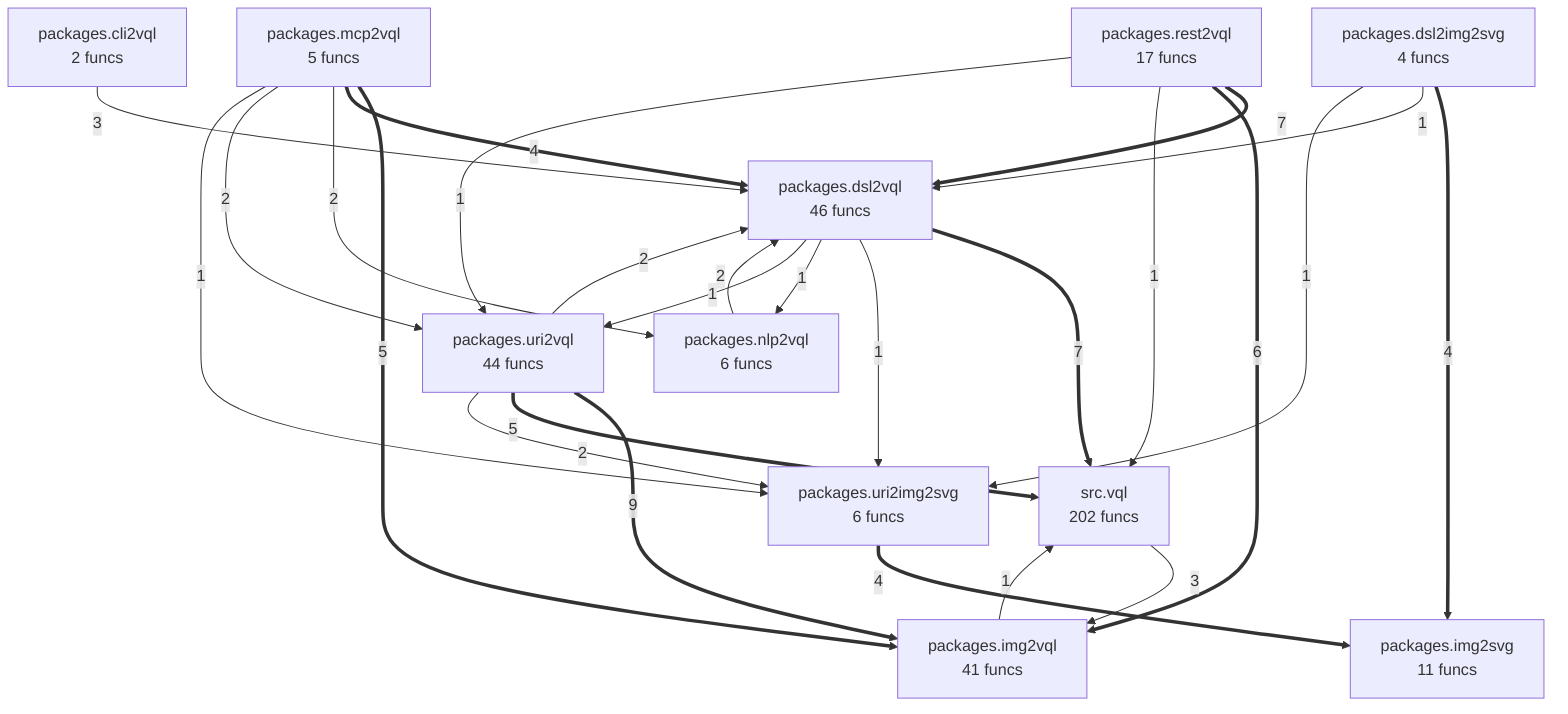
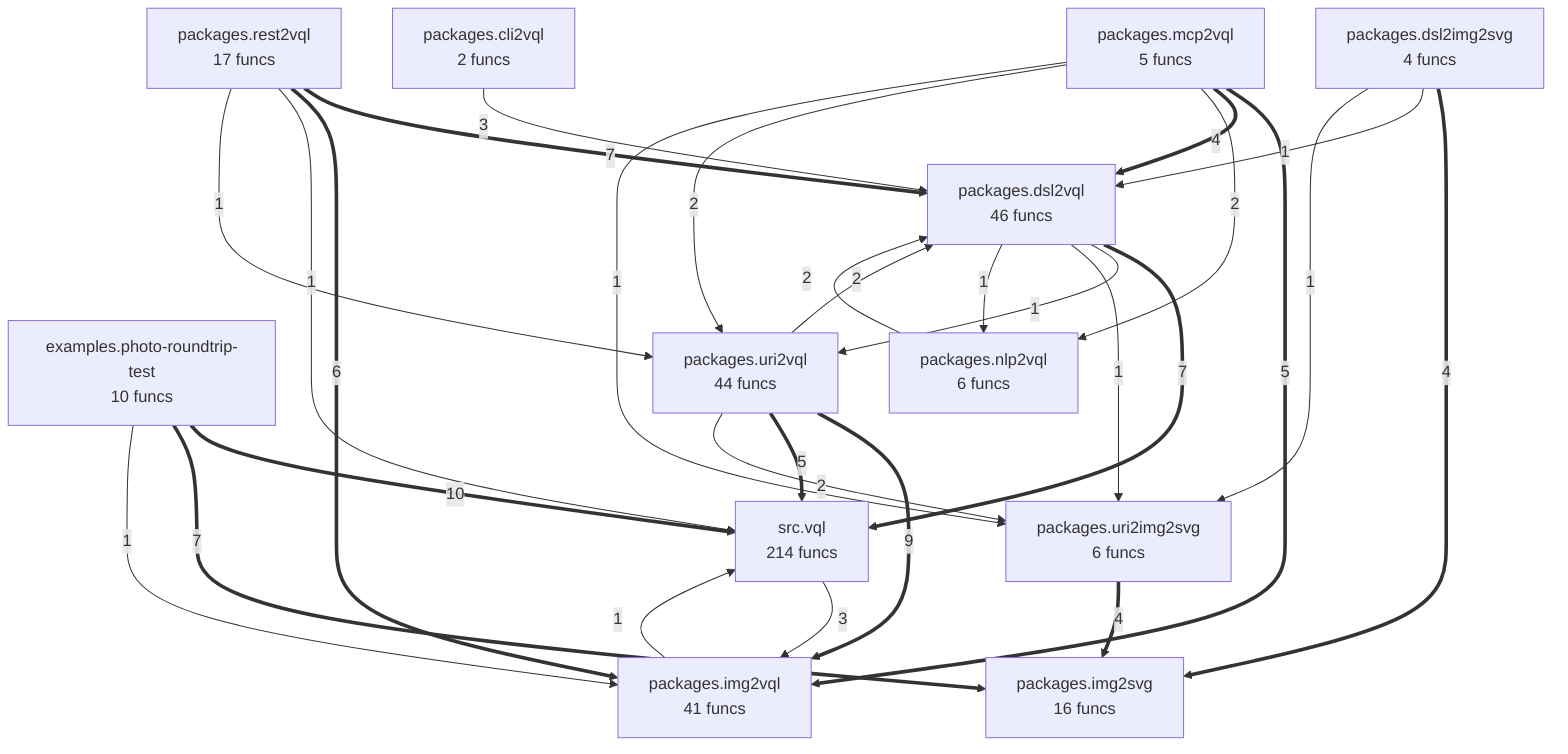
flowchart TD
%% generated in 0.02s
+     examples__photo_roundtrip_test["examples.photo-roundtrip-test<br/>10 funcs"]
    packages__cli2vql["packages.cli2vql<br/>2 funcs"]
    packages__dsl2img2svg["packages.dsl2img2svg<br/>4 funcs"]
    packages__dsl2vql["packages.dsl2vql<br/>46 funcs"]
-     packages__img2svg["packages.img2svg<br/>11 funcs"]
+     packages__img2svg["packages.img2svg<br/>16 funcs"]
    packages__img2vql["packages.img2vql<br/>41 funcs"]
    packages__mcp2vql["packages.mcp2vql<br/>5 funcs"]
    packages__nlp2vql["packages.nlp2vql<br/>6 funcs"]
    packages__rest2vql["packages.rest2vql<br/>17 funcs"]
    packages__uri2img2svg["packages.uri2img2svg<br/>6 funcs"]
    packages__uri2vql["packages.uri2vql<br/>44 funcs"]
-     src__vql["src.vql<br/>202 funcs"]
+     src__vql["src.vql<br/>214 funcs"]
+     examples__photo_roundtrip_test ==>|10| src__vql
    packages__uri2vql ==>|9| packages__img2vql
    packages__dsl2vql ==>|7| src__vql
    packages__rest2vql ==>|7| packages__dsl2vql
+     examples__photo_roundtrip_test ==>|7| packages__img2svg
    packages__rest2vql ==>|6| packages__img2vql
+     packages__mcp2vql ==>|5| packages__img2vql
    packages__uri2vql ==>|5| src__vql
-     packages__mcp2vql ==>|5| packages__img2vql
+     packages__uri2img2svg ==>|4| packages__img2svg
    packages__mcp2vql ==>|4| packages__dsl2vql
    packages__dsl2img2svg ==>|4| packages__img2svg
-     packages__uri2img2svg ==>|4| packages__img2svg
    packages__cli2vql -->|3| packages__dsl2vql
    src__vql -->|3| packages__img2vql
+     packages__mcp2vql -->|2| packages__nlp2vql
+     packages__mcp2vql -->|2| packages__uri2vql
    packages__uri2vql -->|2| packages__uri2img2svg
    packages__uri2vql -->|2| packages__dsl2vql
    packages__nlp2vql -->|2| packages__dsl2vql
-     packages__mcp2vql -->|2| packages__nlp2vql
-     packages__mcp2vql -->|2| packages__uri2vql
+     packages__dsl2vql -->|1| packages__uri2vql
    packages__dsl2vql -->|1| packages__uri2img2svg
    packages__dsl2vql -->|1| packages__nlp2vql
-     packages__dsl2vql -->|1| packages__uri2vql
    packages__mcp2vql -->|1| packages__uri2img2svg
+     packages__rest2vql -->|1| src__vql
+     packages__rest2vql -->|1| packages__uri2vql
    packages__dsl2img2svg -->|1| packages__dsl2vql
    packages__dsl2img2svg -->|1| packages__uri2img2svg
    packages__img2vql -->|1| src__vql
-     packages__rest2vql -->|1| src__vql
-     packages__rest2vql -->|1| packages__uri2vql
+     examples__photo_roundtrip_test -->|1| packages__img2vql
